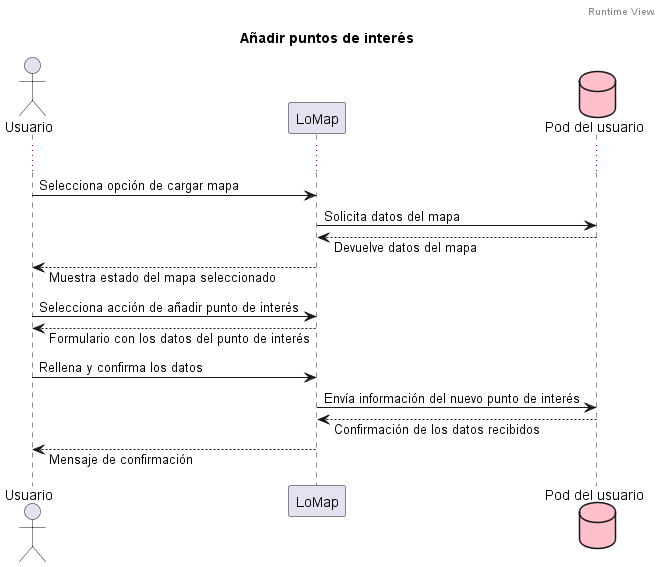
Above: images/Añadir restaurante.png in Arquisoft/lomap_es4b (PlantUML), before the change.
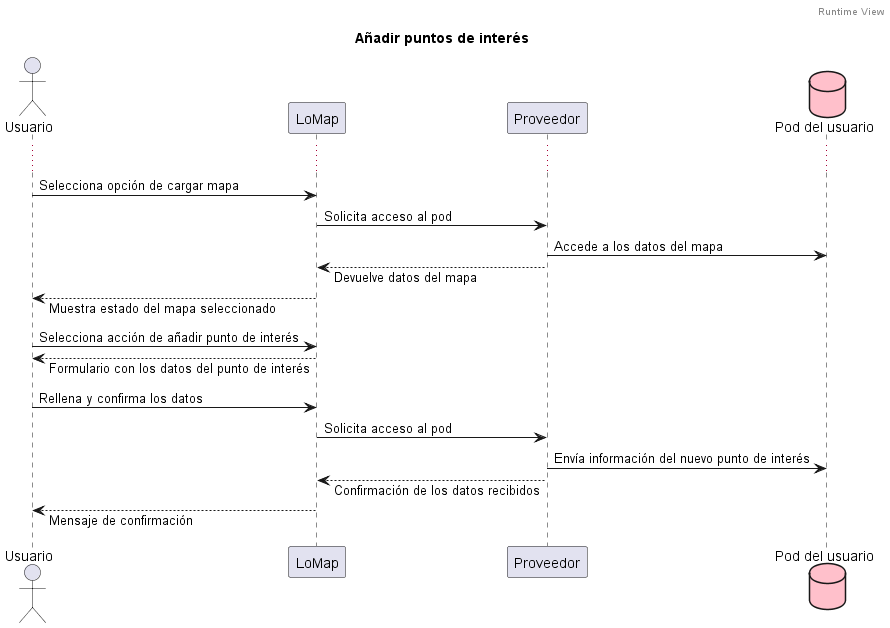
After the commit.

Diff of the diagram source:
```diff
@@ -4,6 +4,7 @@
 
 Actor Usuario
 Participant LoMap
+Participant Proveedor
 Database Pod as "Pod del usuario" #pink
 
 skinparam responseMessageBelowArrow true
@@ -12,8 +13,9 @@
 
 Usuario -> LoMap: Selecciona opción de cargar mapa
 
-LoMap -> Pod: Solicita datos del mapa
-LoMap <-- Pod: Devuelve datos del mapa
+LoMap -> Proveedor: Solicita acceso al pod
+Proveedor -> Pod: Accede a los datos del mapa
+LoMap <-- Proveedor: Devuelve datos del mapa
 
 Usuario <-- LoMap: Muestra estado del mapa seleccionado
 
@@ -22,9 +24,10 @@
 Usuario <-- LoMap: Formulario con los datos del punto de interés
 
 Usuario -> LoMap: Rellena y confirma los datos
-LoMap -> Pod: Envía información del nuevo punto de interés
+LoMap -> Proveedor: Solicita acceso al pod
+Proveedor -> Pod: Envía información del nuevo punto de interés
 
-LoMap <-- Pod: Confirmación de los datos recibidos
+LoMap <-- Proveedor: Confirmación de los datos recibidos
 Usuario <-- LoMap: Mensaje de confirmación
 
 @enduml
```
